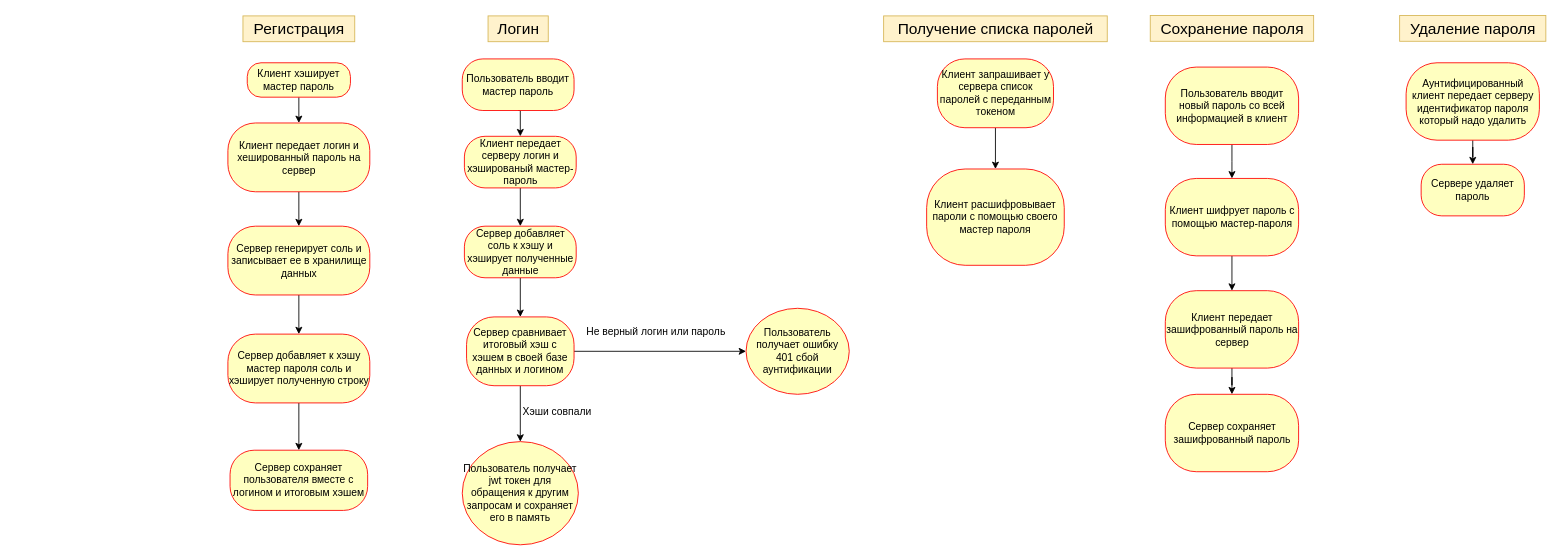
Before: page "store algo" (1 of 2) of drawio/kanban.drawio in ilya372317/keeper-pass, a draw.io diagram. Source tidied: cells renumbered, new cells numbered last; positions are measured from the earlier drawing's top-left corner, leaving out a move shared by most shapes. Both pictures are drawn from the tidied source at 86%, with x=0, y=0 at pixel (228, 15).
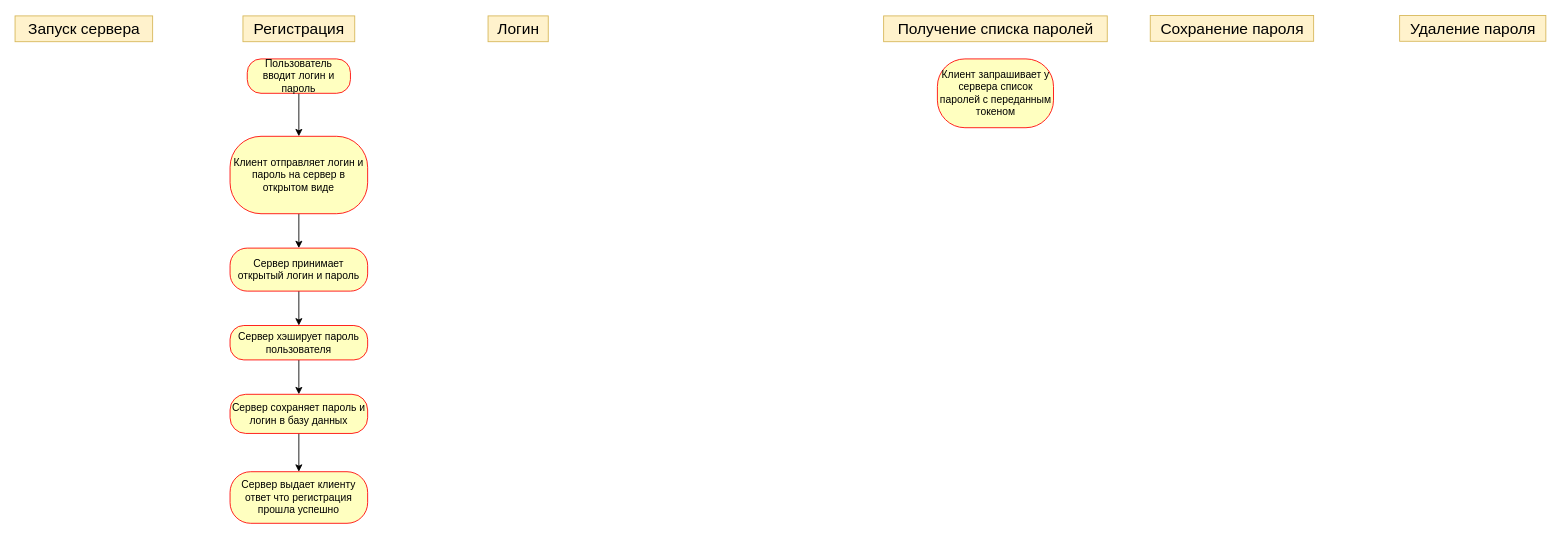
The same page after the edit.

Commit message:
new users ways

The change refers to these unchanged cells:
```xml
<mxCell id="13" value="Клиент запрашивает у сервера список паролей с переданным токеном" style="rounded=1;whiteSpace=wrap;html=1;arcSize=40;fontColor=#000000;fillColor=#ffffc0;strokeColor=#ff0000;" parent="1" vertex="1">
  <mxGeometry x="824.5" y="50" width="135" height="80" as="geometry" />
</mxCell>
```

The edit, as a diff of the source:
```diff
@@
-    <mxCell id="2" style="edgeStyle=orthogonalEdgeStyle;rounded=0;jettySize=auto;html=1;exitX=0.5;exitY=1;exitDx=0;exitDy=0;entryX=0.5;entryY=0;entryDx=0;entryDy=0;" parent="1" edge="1" source="3" target="5">
-      <mxGeometry relative="1" as="geometry" />
-    </mxCell>
-    <mxCell id="3" value="Клиент хэширует мастер пароль" style="rounded=1;whiteSpace=wrap;html=1;arcSize=40;fontColor=#000000;fillColor=#ffffc0;strokeColor=#ff0000;" parent="1" vertex="1">
-      <mxGeometry x="22" y="54.5" width="120" height="40" as="geometry" />
-    </mxCell>
-    <mxCell id="4" style="edgeStyle=orthogonalEdgeStyle;rounded=0;jettySize=auto;html=1;" parent="1" edge="1" source="5" target="37">
-      <mxGeometry relative="1" as="geometry" />
-    </mxCell>
-    <mxCell id="5" value="Клиент передает логин и хешированный пароль на сервер" style="rounded=1;whiteSpace=wrap;html=1;arcSize=40;fontColor=#000000;fillColor=#ffffc0;strokeColor=#ff0000;" parent="1" vertex="1">
-      <mxGeometry x="-0.5" y="124.5" width="165" height="80" as="geometry" />
-    </mxCell>
@@
-    <mxCell id="7" value="Сервер сохраняет пользователя вместе с логином и итоговым хэшем" style="rounded=1;whiteSpace=wrap;html=1;arcSize=40;fontColor=#000000;fillColor=#ffffc0;strokeColor=#ff0000;" parent="1" vertex="1">
-      <mxGeometry x="2" y="505" width="160" height="70" as="geometry" />
-    </mxCell>
@@
-    <mxCell id="9" style="edgeStyle=orthogonalEdgeStyle;rounded=0;jettySize=auto;html=1;" parent="1" edge="1" source="10" target="39">
-      <mxGeometry relative="1" as="geometry" />
-    </mxCell>
-    <mxCell id="10" value="Клиент передает серверу логин и хэшированый мастер-пароль" style="rounded=1;whiteSpace=wrap;html=1;arcSize=40;fontColor=#000000;fillColor=#ffffc0;strokeColor=#ff0000;" parent="1" vertex="1">
-      <mxGeometry x="274.5" y="140" width="130" height="60" as="geometry" />
-    </mxCell>
@@
-    <mxCell id="12" style="edgeStyle=orthogonalEdgeStyle;rounded=0;jettySize=auto;html=1;" parent="1" edge="1" source="13" target="14">
-      <mxGeometry relative="1" as="geometry" />
-    </mxCell>
@@
-    <mxCell id="14" value="Клиент расшифровывает пароли с помощью своего мастер пароля" style="rounded=1;whiteSpace=wrap;html=1;arcSize=40;fontColor=#000000;fillColor=#ffffc0;strokeColor=#ff0000;" parent="1" vertex="1">
-      <mxGeometry x="812" y="178" width="160" height="112" as="geometry" />
-    </mxCell>
@@
-    <mxCell id="16" style="edgeStyle=orthogonalEdgeStyle;rounded=0;jettySize=auto;html=1;" parent="1" edge="1" source="17" target="28">
-      <mxGeometry relative="1" as="geometry" />
-    </mxCell>
-    <mxCell id="17" value="Пользователь вводит новый пароль со всей информацией в клиент" style="rounded=1;whiteSpace=wrap;html=1;arcSize=40;fontColor=#000000;fillColor=#ffffc0;strokeColor=#ff0000;" parent="1" vertex="1">
-      <mxGeometry x="1089.5" y="59.5" width="155" height="90" as="geometry" />
-    </mxCell>
-    <mxCell id="18" style="edgeStyle=orthogonalEdgeStyle;rounded=0;jettySize=auto;html=1;" parent="1" edge="1" source="20" target="21">
-      <mxGeometry relative="1" as="geometry" />
-    </mxCell>
-    <mxCell id="19" style="edgeStyle=orthogonalEdgeStyle;rounded=0;jettySize=auto;html=1;entryX=0;entryY=0.5;entryDx=0;entryDy=0;" parent="1" edge="1" source="20" target="23">
-      <mxGeometry relative="1" as="geometry" />
-    </mxCell>
-    <mxCell id="20" value="Сервер сравнивает итоговый хэш с хэшем в своей базе данных и логином" style="whiteSpace=wrap;html=1;fillColor=#ffffc0;strokeColor=#ff0000;fontColor=#000000;rounded=1;arcSize=40;" parent="1" vertex="1">
-      <mxGeometry x="277" y="350" width="125" height="80" as="geometry" />
-    </mxCell>
-    <mxCell id="21" value="Пользователь получает jwt токен для обращения к другим запросам и сохраняет его в память" style="ellipse;whiteSpace=wrap;html=1;fillColor=#ffffc0;strokeColor=#ff0000;fontColor=#000000;rounded=1;arcSize=40;" parent="1" vertex="1">
-      <mxGeometry x="272" y="495" width="135" height="120" as="geometry" />
-    </mxCell>
-    <mxCell id="22" value="Хэши совпали" style="text;html=1;align=center;verticalAlign=middle;strokeColor=none;fillColor=none;" parent="1" vertex="1">
-      <mxGeometry x="332" y="445" width="100" height="30" as="geometry" />
-    </mxCell>
-    <mxCell id="23" value="Пользователь получает ошибку 401 сбой аунтификации" style="ellipse;whiteSpace=wrap;html=1;fillColor=#ffffc0;strokeColor=#ff0000;fontColor=#000000;rounded=1;arcSize=40;" parent="1" vertex="1">
-      <mxGeometry x="602" y="340" width="120" height="100" as="geometry" />
-    </mxCell>
-    <mxCell id="24" value="Не верный логин или пароль" style="text;html=1;align=center;verticalAlign=middle;strokeColor=none;fillColor=none;" parent="1" vertex="1">
-      <mxGeometry x="402" y="353" width="190" height="30" as="geometry" />
-    </mxCell>
-    <mxCell id="25" style="edgeStyle=orthogonalEdgeStyle;rounded=0;jettySize=auto;html=1;exitX=0.5;exitY=1;exitDx=0;exitDy=0;entryX=0.5;entryY=0;entryDx=0;entryDy=0;" parent="1" edge="1" source="26" target="10">
-      <mxGeometry relative="1" as="geometry" />
-    </mxCell>
-    <mxCell id="26" value="Пользователь вводит мастер пароль" style="rounded=1;whiteSpace=wrap;html=1;arcSize=40;fontColor=#000000;fillColor=#ffffc0;strokeColor=#ff0000;" parent="1" vertex="1">
-      <mxGeometry x="272" y="50" width="130" height="60" as="geometry" />
-    </mxCell>
-    <mxCell id="27" style="edgeStyle=orthogonalEdgeStyle;rounded=0;jettySize=auto;html=1;" parent="1" edge="1" source="28" target="30">
-      <mxGeometry relative="1" as="geometry" />
-    </mxCell>
-    <mxCell id="28" value="Клиент шифрует пароль с помощью мастер-пароля" style="rounded=1;whiteSpace=wrap;html=1;arcSize=40;fontColor=#000000;fillColor=#ffffc0;strokeColor=#ff0000;" parent="1" vertex="1">
-      <mxGeometry x="1089.5" y="189" width="155" height="90" as="geometry" />
-    </mxCell>
-    <mxCell id="29" style="edgeStyle=orthogonalEdgeStyle;rounded=0;jettySize=auto;html=1;" parent="1" edge="1" source="30" target="31">
-      <mxGeometry relative="1" as="geometry" />
-    </mxCell>
-    <mxCell id="30" value="Клиент передает зашифрованный пароль на сервер" style="rounded=1;whiteSpace=wrap;html=1;arcSize=40;fontColor=#000000;fillColor=#ffffc0;strokeColor=#ff0000;" parent="1" vertex="1">
-      <mxGeometry x="1089.5" y="319.5" width="155" height="90" as="geometry" />
-    </mxCell>
-    <mxCell id="31" value="Сервер сохраняет зашифрованный пароль" style="rounded=1;whiteSpace=wrap;html=1;arcSize=40;fontColor=#000000;fillColor=#ffffc0;strokeColor=#ff0000;" parent="1" vertex="1">
-      <mxGeometry x="1089.5" y="440" width="155" height="90" as="geometry" />
-    </mxCell>
@@
-    <mxCell id="33" style="edgeStyle=orthogonalEdgeStyle;rounded=0;jettySize=auto;html=1;" parent="1" edge="1" source="34" target="35">
-      <mxGeometry relative="1" as="geometry" />
-    </mxCell>
-    <mxCell id="34" value="Аунтифицированный клиент передает серверу идентификатор пароля который надо удалить" style="rounded=1;whiteSpace=wrap;html=1;arcSize=40;fontColor=#000000;fillColor=#ffffc0;strokeColor=#ff0000;" parent="1" vertex="1">
-      <mxGeometry x="1369.5" y="54.5" width="155" height="90" as="geometry" />
-    </mxCell>
-    <mxCell id="35" value="Сервере удаляет пароль" style="whiteSpace=wrap;html=1;fillColor=#ffffc0;strokeColor=#ff0000;fontColor=#000000;rounded=1;arcSize=40;" parent="1" vertex="1">
-      <mxGeometry x="1387" y="172.5" width="120" height="60" as="geometry" />
-    </mxCell>
-    <mxCell id="36" style="edgeStyle=orthogonalEdgeStyle;rounded=0;jettySize=auto;html=1;" parent="1" edge="1" source="37" target="41">
-      <mxGeometry relative="1" as="geometry" />
-    </mxCell>
-    <mxCell id="37" value="Сервер генерирует соль и записывает ее в хранилище данных" style="rounded=1;whiteSpace=wrap;html=1;arcSize=40;fontColor=#000000;fillColor=#ffffc0;strokeColor=#ff0000;" parent="1" vertex="1">
-      <mxGeometry x="-0.5" y="244.5" width="165" height="80" as="geometry" />
-    </mxCell>
-    <mxCell id="38" style="edgeStyle=orthogonalEdgeStyle;rounded=0;jettySize=auto;html=1;exitX=0.5;exitY=1;exitDx=0;exitDy=0;entryX=0.5;entryY=0;entryDx=0;entryDy=0;" parent="1" edge="1" source="39" target="20">
-      <mxGeometry relative="1" as="geometry" />
-    </mxCell>
-    <mxCell id="39" value="Сервер добавляет соль к хэшу и хэширует полученные данные" style="rounded=1;whiteSpace=wrap;html=1;arcSize=40;fontColor=#000000;fillColor=#ffffc0;strokeColor=#ff0000;" parent="1" vertex="1">
-      <mxGeometry x="274.5" y="244.5" width="130" height="60" as="geometry" />
-    </mxCell>
-    <mxCell id="40" style="edgeStyle=orthogonalEdgeStyle;rounded=0;jettySize=auto;html=1;exitX=0.5;exitY=1;exitDx=0;exitDy=0;entryX=0.5;entryY=0;entryDx=0;entryDy=0;" parent="1" edge="1" source="41" target="7">
-      <mxGeometry relative="1" as="geometry" />
-    </mxCell>
-    <mxCell id="41" value="Сервер добавляет к хэшу мастер пароля соль и хэширует полученную строку" style="rounded=1;whiteSpace=wrap;html=1;arcSize=40;fontColor=#000000;fillColor=#ffffc0;strokeColor=#ff0000;" parent="1" vertex="1">
-      <mxGeometry x="-0.5" y="370" width="165" height="80" as="geometry" />
-    </mxCell>
+    <mxCell id="42" style="edgeStyle=orthogonalEdgeStyle;rounded=0;jettySize=auto;html=1;" parent="1" edge="1" source="43" target="45">
+      <mxGeometry relative="1" as="geometry" />
+    </mxCell>
+    <mxCell id="43" value="Пользователь вводит логин и пароль" style="rounded=1;whiteSpace=wrap;html=1;arcSize=40;fontColor=#000000;fillColor=#ffffc0;strokeColor=#ff0000;" parent="1" vertex="1">
+      <mxGeometry x="22" y="50" width="120" height="40" as="geometry" />
+    </mxCell>
+    <mxCell id="44" style="edgeStyle=orthogonalEdgeStyle;rounded=0;jettySize=auto;html=1;entryX=0.5;entryY=0;entryDx=0;entryDy=0;" parent="1" edge="1" source="45" target="47">
+      <mxGeometry relative="1" as="geometry" />
+    </mxCell>
+    <mxCell id="45" value="Клиент отправляет логин и пароль на сервер в открытом виде" style="rounded=1;whiteSpace=wrap;html=1;arcSize=40;fontColor=#000000;fillColor=#ffffc0;strokeColor=#ff0000;" parent="1" vertex="1">
+      <mxGeometry x="2" y="140" width="160" height="90" as="geometry" />
+    </mxCell>
+    <mxCell id="46" style="edgeStyle=orthogonalEdgeStyle;rounded=0;jettySize=auto;html=1;entryX=0.5;entryY=0;entryDx=0;entryDy=0;" parent="1" edge="1" source="47" target="49">
+      <mxGeometry relative="1" as="geometry" />
+    </mxCell>
+    <mxCell id="47" value="Сервер принимает открытый логин и пароль" style="rounded=1;whiteSpace=wrap;html=1;arcSize=40;fontColor=#000000;fillColor=#ffffc0;strokeColor=#ff0000;" parent="1" vertex="1">
+      <mxGeometry x="2" y="270" width="160" height="50" as="geometry" />
+    </mxCell>
+    <mxCell id="48" style="edgeStyle=orthogonalEdgeStyle;rounded=0;jettySize=auto;html=1;entryX=0.5;entryY=0;entryDx=0;entryDy=0;" parent="1" edge="1" source="49" target="51">
+      <mxGeometry relative="1" as="geometry" />
+    </mxCell>
+    <mxCell id="49" value="Сервер хэширует пароль пользователя" style="rounded=1;whiteSpace=wrap;html=1;arcSize=40;fontColor=#000000;fillColor=#ffffc0;strokeColor=#ff0000;" parent="1" vertex="1">
+      <mxGeometry x="2" y="360" width="160" height="40" as="geometry" />
+    </mxCell>
+    <mxCell id="50" style="edgeStyle=orthogonalEdgeStyle;rounded=0;jettySize=auto;html=1;entryX=0.5;entryY=0;entryDx=0;entryDy=0;" parent="1" edge="1" source="51" target="52">
+      <mxGeometry relative="1" as="geometry" />
+    </mxCell>
+    <mxCell id="51" value="Сервер сохраняет пароль и логин в базу данных" style="rounded=1;whiteSpace=wrap;html=1;arcSize=40;fontColor=#000000;fillColor=#ffffc0;strokeColor=#ff0000;" parent="1" vertex="1">
+      <mxGeometry x="2" y="440" width="160" height="45.5" as="geometry" />
+    </mxCell>
+    <mxCell id="52" value="Сервер выдает клиенту ответ что регистрация прошла успешно" style="rounded=1;whiteSpace=wrap;html=1;arcSize=40;fontColor=#000000;fillColor=#ffffc0;strokeColor=#ff0000;" parent="1" vertex="1">
+      <mxGeometry x="2" y="530" width="160" height="60" as="geometry" />
+    </mxCell>
+    <mxCell id="53" value="Запуск сервера" style="text;html=1;align=center;verticalAlign=middle;strokeColor=#d6b656;fillColor=#fff2cc;fontSize=18;" parent="1" vertex="1">
+      <mxGeometry x="-248" width="160" height="30" as="geometry" />
+    </mxCell>
```
